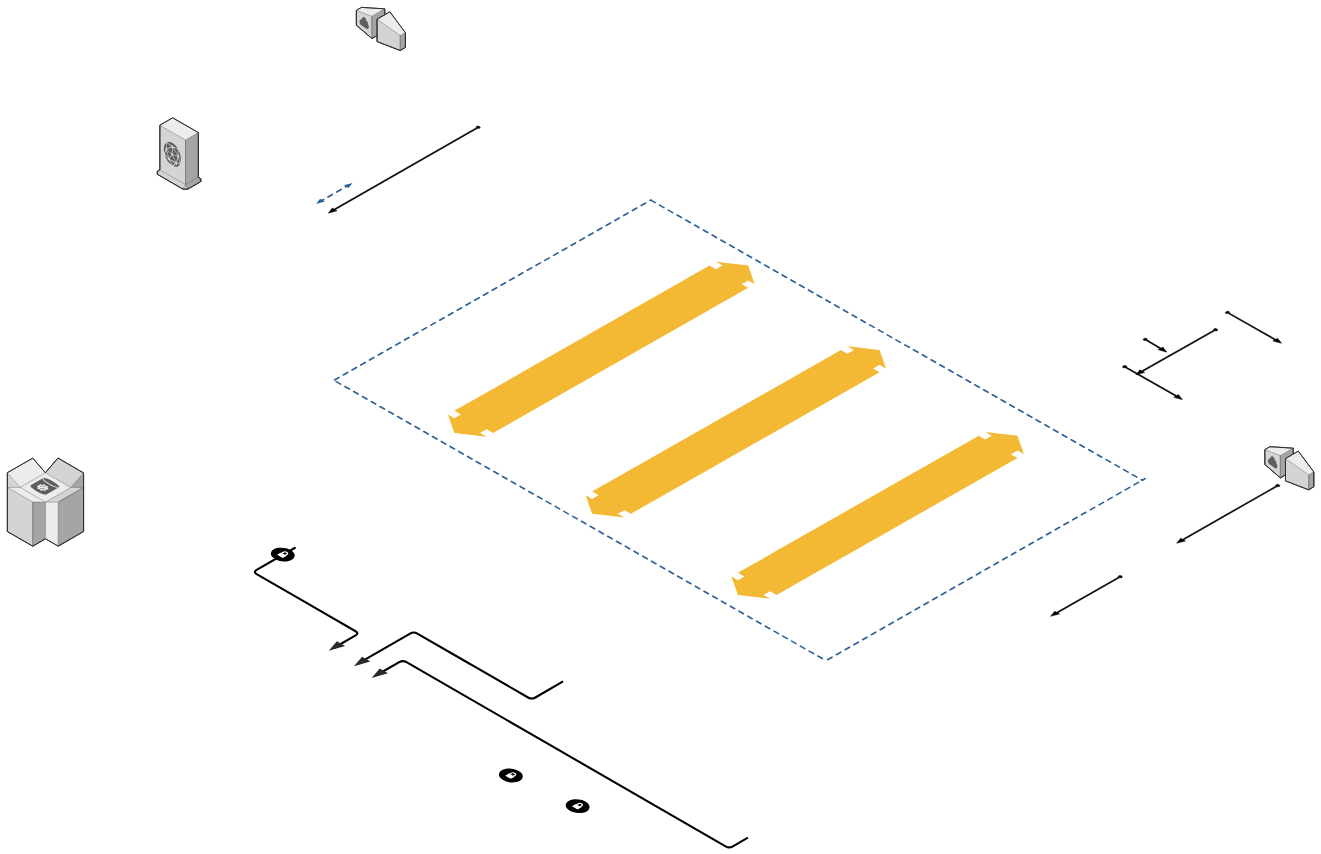
The draw.io diagram Diagram zonder titel.drawio in mhwwas/Terraform, before the edit. Source tidied: cells renumbered, new cells numbered last; positions are measured from the earlier drawing's top-left corner, leaving out a move shared by most shapes. Both pictures are drawn from the tidied source at 42%, with x=0, y=0 at pixel (7, 7). Pictures stored in the file or linked from it are replaced by grey dashed boxes.
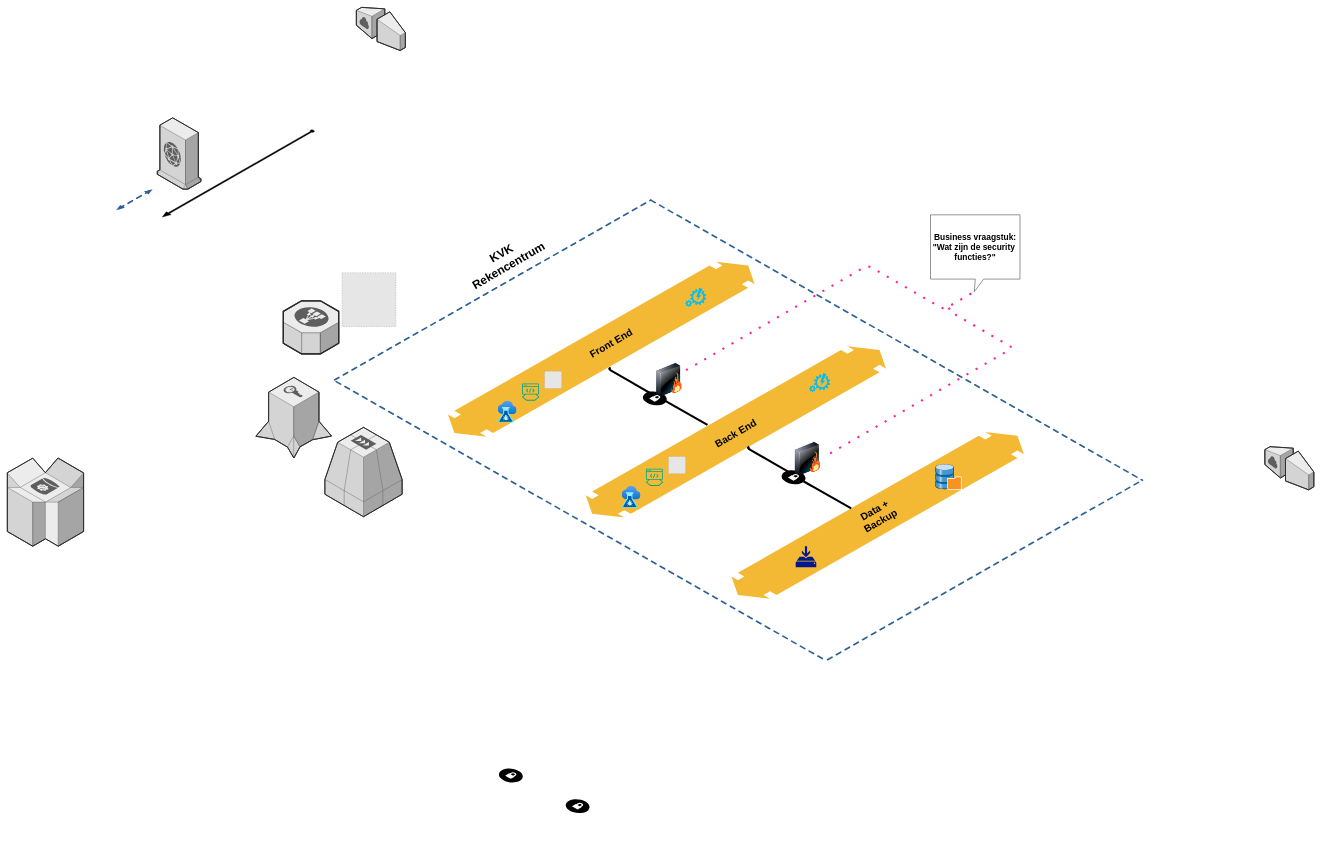
Above is the later version.

What changed in the source:
```diff
@@
-    <mxCell id="2" style="verticalLabelPosition=bottom;html=1;verticalAlign=top;strokeWidth=1;dashed=0;shape=mxgraph.aws3d.flatDoubleEdge;fillColor=#000000;rounded=1;shadow=0;comic=0;fontFamily=Verdana;fontSize=12;flipV=1;" parent="1" vertex="1">
+    <mxCell id="2" style="verticalLabelPosition=bottom;html=1;verticalAlign=top;strokeWidth=1;dashed=0;shape=mxgraph.aws3d.flatDoubleEdge;fillColor=#A62495;rounded=1;shadow=0;comic=0;fontFamily=Verdana;fontSize=12;flipV=1;strokeColor=#9673a6;" parent="1" vertex="1">
       <mxGeometry x="1724" y="1011" width="696.4" height="397.1" as="geometry" />
     </mxCell>
-    <mxCell id="3" style="verticalLabelPosition=bottom;html=1;verticalAlign=top;strokeWidth=1;dashed=0;shape=mxgraph.aws3d.flatDoubleEdge;fillColor=#000000;rounded=1;shadow=0;comic=0;fontFamily=Verdana;fontSize=12;flipV=1;" parent="1" vertex="1">
+    <mxCell id="3" style="verticalLabelPosition=bottom;html=1;verticalAlign=top;strokeWidth=1;dashed=0;shape=mxgraph.aws3d.flatDoubleEdge;fillColor=#d5e8d4;rounded=1;shadow=0;comic=0;fontFamily=Verdana;fontSize=12;flipV=1;strokeColor=#82b366;" parent="1" vertex="1">
       <mxGeometry x="1377" y="807" width="715.1" height="407.8" as="geometry" />
     </mxCell>
-    <mxCell id="4" style="verticalLabelPosition=bottom;html=1;verticalAlign=top;strokeWidth=1;dashed=0;shape=mxgraph.aws3d.flatDoubleEdge;fillColor=#000000;rounded=1;shadow=0;comic=0;fontFamily=Verdana;fontSize=12;flipV=1;" parent="1" vertex="1">
+    <mxCell id="4" style="verticalLabelPosition=bottom;html=1;verticalAlign=top;strokeWidth=1;dashed=0;shape=mxgraph.aws3d.flatDoubleEdge;fillColor=#A62495;rounded=1;shadow=0;comic=0;fontFamily=Verdana;fontSize=12;flipV=1;" parent="1" vertex="1">
       <mxGeometry x="1049" y="606" width="730.3" height="416.5" as="geometry" />
     </mxCell>
-    <mxCell id="5" style="edgeStyle=isometricEdgeStyle;endArrow=none;html=1;labelBackgroundColor=none;strokeWidth=5;fontFamily=Verdana;fontSize=12;" parent="1" edge="1">
+    <mxCell id="5" style="edgeStyle=isometricEdgeStyle;endArrow=none;html=1;labelBackgroundColor=none;strokeWidth=5;fontFamily=Verdana;fontSize=12;" parent="1" edge="1" source="13">
       <mxGeometry relative="1" as="geometry">
-        <mxPoint x="776.2" y="1526" as="sourcePoint" />
-        <mxPoint x="686.2" y="1286" as="targetPoint" />
-        <Array as="points">
-          <mxPoint x="726.2" y="1426" />
-        </Array>
+        <mxPoint x="1436.4" y="858" as="targetPoint" />
       </mxGeometry>
     </mxCell>
@@
-    <mxCell id="7" style="edgeStyle=isometricEdgeStyle;endArrow=none;html=1;labelBackgroundColor=none;strokeColor=#000000;strokeWidth=5;fontFamily=Verdana;fontSize=12;" parent="1" edge="1">
+    <mxCell id="7" style="edgeStyle=isometricEdgeStyle;endArrow=none;html=1;labelBackgroundColor=none;strokeColor=#FF1F9E;strokeWidth=5;fontFamily=Verdana;fontSize=12;dashed=1;dashPattern=1 4;entryX=0;entryY=0;entryDx=104.37;entryDy=183;entryPerimeter=0;" parent="1" edge="1" source="36" target="54">
       <mxGeometry relative="1" as="geometry">
-        <mxPoint x="846.2" y="1556" as="sourcePoint" />
-        <mxPoint x="1323.2" y="1605" as="targetPoint" />
         <Array as="points">
-          <mxPoint x="1106.2" y="1566" />
+          <mxPoint x="2112" y="651" />
         </Array>
       </mxGeometry>
     </mxCell>
@@
-    <mxCell id="11" style="verticalLabelPosition=bottom;html=1;verticalAlign=top;strokeWidth=1;dashed=0;shape=mxgraph.aws3d.arrowhead;rounded=1;shadow=0;comic=0;fillColor=none;fontFamily=Verdana;fontSize=12;fontColor=#000000;flipV=1;" parent="1" vertex="1">
-      <mxGeometry x="765.2" y="1509" width="39" height="23" as="geometry" />
-    </mxCell>
-    <mxCell id="12" style="verticalLabelPosition=bottom;html=1;verticalAlign=top;strokeWidth=1;dashed=0;shape=mxgraph.aws3d.arrowhead;rounded=1;shadow=0;comic=0;fillColor=none;fontFamily=Verdana;fontSize=12;fontColor=#000000;flipV=1;" parent="1" vertex="1">
-      <mxGeometry x="825.2" y="1546" width="39" height="23" as="geometry" />
-    </mxCell>
-    <mxCell id="13" style="verticalLabelPosition=bottom;html=1;verticalAlign=top;strokeWidth=1;dashed=0;shape=mxgraph.aws3d.secureConnection;fillColor=#000000;strokeColor=#ffffff;rounded=1;shadow=0;comic=0;fontSize=12;" parent="1" vertex="1">
-      <mxGeometry x="627.2" y="1286" width="57" height="34" as="geometry" />
-    </mxCell>
     <mxCell id="14" style="verticalLabelPosition=bottom;html=1;verticalAlign=top;strokeWidth=1;dashed=0;shape=mxgraph.aws3d.dashedEdgeDouble;fillColor=#000000;rounded=1;shadow=0;comic=0;fontFamily=Verdana;fontSize=12;flipV=1;" parent="1" vertex="1">
-      <mxGeometry x="735" y="418" width="87" height="50" as="geometry" />
+      <mxGeometry x="259" y="432.8" width="87" height="50" as="geometry" />
     </mxCell>
     <mxCell id="15" style="verticalLabelPosition=bottom;html=1;verticalAlign=top;strokeWidth=1;dashed=0;shape=mxgraph.aws3d.arrowSW;fillColor=#000000;rounded=1;shadow=0;comic=0;fontFamily=Verdana;fontSize=12;" parent="1" vertex="1">
-      <mxGeometry x="764" y="283" width="362" height="207" as="geometry" />
+      <mxGeometry x="369" y="292" width="362" height="207" as="geometry" />
     </mxCell>
-    <mxCell id="16" style="verticalLabelPosition=bottom;html=1;verticalAlign=top;strokeWidth=1;dashed=0;shape=mxgraph.aws3d.arrowSE;fillColor=#000000;rounded=1;shadow=0;comic=0;fontFamily=Verdana;fontSize=12;" parent="1" vertex="1">
-      <mxGeometry x="2704" y="788" width="57" height="33" as="geometry" />
-    </mxCell>
-    <mxCell id="17" style="verticalLabelPosition=bottom;html=1;verticalAlign=top;strokeWidth=1;dashed=0;shape=mxgraph.aws3d.arrowSW;fillColor=#000000;rounded=1;shadow=0;comic=0;fontFamily=Verdana;fontSize=12;" parent="1" vertex="1">
-      <mxGeometry x="2687" y="765" width="195" height="110" as="geometry" />
-    </mxCell>
-    <mxCell id="18" style="verticalLabelPosition=bottom;html=1;verticalAlign=top;strokeWidth=1;dashed=0;shape=mxgraph.aws3d.arrowSE;fillColor=#000000;rounded=1;shadow=0;comic=0;fontFamily=Verdana;fontSize=12;" parent="1" vertex="1">
-      <mxGeometry x="2655" y="853" width="143" height="81" as="geometry" />
-    </mxCell>
-    <mxCell id="19" style="verticalLabelPosition=bottom;html=1;verticalAlign=top;strokeWidth=1;dashed=0;shape=mxgraph.aws3d.arrowSW;fillColor=#000000;rounded=1;shadow=0;comic=0;fontFamily=Verdana;fontSize=12;" parent="1" vertex="1">
-      <mxGeometry x="2484" y="1353" width="171" height="97" as="geometry" />
-    </mxCell>
-    <mxCell id="20" style="verticalLabelPosition=bottom;html=1;verticalAlign=top;strokeWidth=1;dashed=0;shape=mxgraph.aws3d.arrowSE;fillColor=#000000;rounded=1;shadow=0;comic=0;fontFamily=Verdana;fontSize=12;" parent="1" vertex="1">
-      <mxGeometry x="2900" y="724" width="134" height="76" as="geometry" />
-    </mxCell>
-    <mxCell id="21" style="verticalLabelPosition=bottom;html=1;verticalAlign=top;strokeWidth=1;dashed=0;shape=mxgraph.aws3d.arrowSW;fillColor=#000000;rounded=1;shadow=0;comic=0;fontFamily=Verdana;fontSize=12;" parent="1" vertex="1">
-      <mxGeometry x="2784" y="1136" width="246" height="140" as="geometry" />
-    </mxCell>
@@
     <mxCell id="25" style="verticalLabelPosition=bottom;html=1;verticalAlign=top;strokeWidth=1;dashed=0;shape=mxgraph.aws3d.dashedArrowlessEdge;rounded=1;shadow=0;comic=0;fontFamily=Verdana;fontSize=12;flipV=1;" parent="1" vertex="1">
-      <mxGeometry x="1953" y="1122" width="756" height="431.1" as="geometry" />
+      <mxGeometry x="1953" y="1127" width="747.2" height="426.1" as="geometry" />
     </mxCell>
@@
-    <mxCell id="27" style="edgeStyle=isometricEdgeStyle;endArrow=none;html=1;labelBackgroundColor=none;strokeWidth=5;fontFamily=Verdana;fontSize=12;" parent="1" edge="1">
+    <mxCell id="27" style="edgeStyle=isometricEdgeStyle;endArrow=none;html=1;labelBackgroundColor=none;strokeWidth=5;fontFamily=Verdana;fontSize=12;dashed=1;dashPattern=1 4;strokeColor=#FF1F9E;" parent="1" edge="1">
       <mxGeometry relative="1" as="geometry">
-        <mxPoint x="886.2" y="1586" as="sourcePoint" />
-        <mxPoint x="1763.2" y="1977" as="targetPoint" />
+        <mxPoint x="1959" y="1062" as="sourcePoint" />
+        <mxPoint x="2247" y="715" as="targetPoint" />
         <Array as="points">
-          <mxPoint x="1326.2" y="1776" />
+          <mxPoint x="2336" y="777" />
         </Array>
       </mxGeometry>
     </mxCell>
-    <mxCell id="28" style="verticalLabelPosition=bottom;html=1;verticalAlign=top;strokeWidth=1;dashed=0;shape=mxgraph.aws3d.arrowhead;rounded=1;shadow=0;comic=0;fillColor=none;fontFamily=Verdana;fontSize=12;fontColor=#000000;flipV=1;" parent="1" vertex="1">
-      <mxGeometry x="867.2" y="1574" width="39" height="23" as="geometry" />
-    </mxCell>
@@
+    <mxCell id="30" value="&lt;b&gt;&lt;font style=&quot;font-size: 24px;&quot;&gt;Data + Backup&lt;/font&gt;&lt;/b&gt;" style="text;strokeColor=none;align=center;fillColor=none;html=1;verticalAlign=middle;whiteSpace=wrap;rounded=0;rotation=-30;" parent="1" vertex="1">
+      <mxGeometry x="1990.2" y="1194.5" width="164" height="30" as="geometry" />
+    </mxCell>
+    <mxCell id="31" value="&lt;b&gt;&lt;font style=&quot;font-size: 28px;&quot;&gt;KVK Rekencentrum&lt;/font&gt;&lt;/b&gt;" style="text;strokeColor=none;align=center;fillColor=none;html=1;verticalAlign=middle;whiteSpace=wrap;rounded=0;rotation=-30;" parent="1" vertex="1">
+      <mxGeometry x="1103" y="585" width="164" height="30" as="geometry" />
+    </mxCell>
+    <mxCell id="32" value="&lt;b&gt;&lt;font style=&quot;font-size: 24px;&quot;&gt;Back End&lt;/font&gt;&lt;/b&gt;" style="text;strokeColor=none;align=center;fillColor=none;html=1;verticalAlign=middle;whiteSpace=wrap;rounded=0;rotation=-30;" parent="1" vertex="1">
+      <mxGeometry x="1652.5" y="1000" width="164" height="30" as="geometry" />
+    </mxCell>
+    <mxCell id="33" style="verticalLabelPosition=bottom;html=1;verticalAlign=top;strokeWidth=1;align=center;dashed=0;shape=mxgraph.aws3d.securityTokenService;fillColor=#ECECEC;strokeColor=#5E5E5E;" parent="1" vertex="1">
+      <mxGeometry x="592" y="881" width="180" height="192" as="geometry" />
+    </mxCell>
+    <mxCell id="34" style="verticalLabelPosition=bottom;html=1;verticalAlign=top;strokeWidth=1;align=center;dashed=0;shape=mxgraph.aws3d.elasticLoadBalancing;fillColor=#ECECEC;strokeColor=#5E5E5E;" parent="1" vertex="1">
+      <mxGeometry x="657" y="698.8" width="132" height="126.5" as="geometry" />
+    </mxCell>
+    <mxCell id="35" style="edgeStyle=isometricEdgeStyle;endArrow=none;html=1;labelBackgroundColor=none;strokeWidth=5;fontFamily=Verdana;fontSize=12;" parent="1" edge="1" target="13">
+      <mxGeometry relative="1" as="geometry">
+        <mxPoint x="1667" y="994" as="sourcePoint" />
+        <Array as="points">
+          <mxPoint x="1568.2" y="938" />
+        </Array>
+      </mxGeometry>
+    </mxCell>
+    <mxCell id="13" style="verticalLabelPosition=bottom;html=1;verticalAlign=top;strokeWidth=1;dashed=0;shape=mxgraph.aws3d.secureConnection;fillColor=#000000;strokeColor=#ffffff;rounded=1;shadow=0;comic=0;fontSize=12;" parent="1" vertex="1">
+      <mxGeometry x="1513" y="914" width="57" height="34" as="geometry" />
+    </mxCell>
+    <mxCell id="36" style="image;html=1;image=img/lib/clip_art/networking/Firewall_128x128.png;rotation=0;" parent="1" vertex="1">
+      <mxGeometry x="1536" y="847" width="80" height="80" as="geometry" />
+    </mxCell>
+    <mxCell id="37" style="edgeStyle=isometricEdgeStyle;endArrow=none;html=1;labelBackgroundColor=none;strokeWidth=5;fontFamily=Verdana;fontSize=12;" parent="1" edge="1" source="38">
+      <mxGeometry relative="1" as="geometry">
+        <mxPoint x="1766.7" y="1046" as="targetPoint" />
+      </mxGeometry>
+    </mxCell>
+    <mxCell id="38" style="verticalLabelPosition=bottom;html=1;verticalAlign=top;strokeWidth=1;dashed=0;shape=mxgraph.aws3d.secureConnection;fillColor=#000000;strokeColor=#ffffff;rounded=1;shadow=0;comic=0;fontSize=12;" parent="1" vertex="1">
+      <mxGeometry x="1843.3" y="1102" width="57" height="34" as="geometry" />
+    </mxCell>
+    <mxCell id="39" style="image;html=1;image=img/lib/clip_art/networking/Firewall_128x128.png;rotation=0;" parent="1" vertex="1">
+      <mxGeometry x="1866.3" y="1035" width="80" height="80" as="geometry" />
+    </mxCell>
+    <mxCell id="40" style="edgeStyle=isometricEdgeStyle;endArrow=none;html=1;labelBackgroundColor=none;strokeWidth=5;fontFamily=Verdana;fontSize=12;" parent="1" edge="1">
+      <mxGeometry relative="1" as="geometry">
+        <mxPoint x="2009.2" y="1192.9" as="sourcePoint" />
+        <mxPoint x="1898" y="1122" as="targetPoint" />
+        <Array as="points">
+          <mxPoint x="1910.4" y="1136.9" />
+        </Array>
+      </mxGeometry>
+    </mxCell>
+    <mxCell id="41" style="fillColor=#E6E6E6;strokeColor=#999999;dashed=1;html=1;verticalAlign=top;verticalLabelPosition=bottom;labelBackgroundColor=#ffffff;" parent="1" vertex="1">
+      <mxGeometry x="797" y="632" width="128" height="128" as="geometry" />
+    </mxCell>
+    <mxCell id="42" style="image;html=1;align=center;fontSize=12;image=img/lib/azure2/devops/CloudTest.svg;" parent="1" vertex="1">
+      <mxGeometry x="1168" y="937" width="45" height="52" as="geometry" />
+    </mxCell>
+    <mxCell id="43" style="verticalLabelPosition=bottom;html=1;verticalAlign=top;align=center;strokeColor=none;fillColor=#00BEF2;shape=mxgraph.azure.automation;" parent="1" vertex="1">
+      <mxGeometry x="1614" y="668" width="50" height="45" as="geometry" />
+    </mxCell>
+    <mxCell id="44" style="fillColor=#E6E6E6;strokeColor=#999999;dashed=1;html=1;verticalAlign=top;verticalLabelPosition=bottom;labelBackgroundColor=#ffffff;" parent="1" vertex="1">
+      <mxGeometry x="1279" y="866.5" width="40.9" height="40.9" as="geometry" />
+    </mxCell>
+    <mxCell id="45" style="sketch=0;fontColor=#232F3E;gradientColor=none;fillColor=#01A88D;strokeColor=none;dashed=0;verticalLabelPosition=bottom;verticalAlign=top;align=center;html=1;fontSize=12;fontStyle=0;shape=mxgraph.aws4.mainframe_modernization_developer;" parent="1" vertex="1">
+      <mxGeometry x="1225" y="895" width="42" height="42" as="geometry" />
+    </mxCell>
+    <mxCell id="46" style="sketch=0;shadow=0;dashed=0;html=1;strokeColor=none;labelPosition=center;verticalLabelPosition=bottom;verticalAlign=top;align=center;fillColor=#00188D;shape=mxgraph.mscae.enterprise.backup_local;" parent="1" vertex="1">
+      <mxGeometry x="1877" y="1283" width="49" height="50" as="geometry" />
+    </mxCell>
+    <mxCell id="47" style="shadow=0;dashed=0;html=1;labelPosition=center;verticalLabelPosition=bottom;verticalAlign=top;align=center;shape=mxgraph.veeam.3d.backup_repository;" parent="1" vertex="1">
+      <mxGeometry x="2210" y="1087" width="62" height="62" as="geometry" />
+    </mxCell>
+    <mxCell id="48" style="image;html=1;align=center;fontSize=12;image=img/lib/azure2/devops/CloudTest.svg;" parent="1" vertex="1">
+      <mxGeometry x="1463" y="1140" width="45" height="52" as="geometry" />
+    </mxCell>
+    <mxCell id="49" style="sketch=0;fontColor=#232F3E;gradientColor=none;fillColor=#01A88D;strokeColor=none;dashed=0;verticalLabelPosition=bottom;verticalAlign=top;align=center;html=1;fontSize=12;fontStyle=0;shape=mxgraph.aws4.mainframe_modernization_developer;" parent="1" vertex="1">
+      <mxGeometry x="1520" y="1098" width="42" height="42" as="geometry" />
+    </mxCell>
+    <mxCell id="50" style="fillColor=#E6E6E6;strokeColor=#999999;dashed=1;html=1;verticalAlign=top;verticalLabelPosition=bottom;labelBackgroundColor=#ffffff;" parent="1" vertex="1">
+      <mxGeometry x="1574" y="1069.5" width="40.9" height="40.9" as="geometry" />
+    </mxCell>
+    <mxCell id="51" style="verticalLabelPosition=bottom;html=1;verticalAlign=top;align=center;strokeColor=none;fillColor=#00BEF2;shape=mxgraph.azure.automation;" parent="1" vertex="1">
+      <mxGeometry x="1909" y="871" width="50" height="45" as="geometry" />
+    </mxCell>
+    <mxCell id="52" value="&lt;b&gt;&lt;font style=&quot;font-size: 24px;&quot;&gt;Front End&lt;/font&gt;&lt;/b&gt;" style="text;strokeColor=none;align=center;fillColor=none;html=1;verticalAlign=middle;whiteSpace=wrap;rounded=0;rotation=-30;" parent="1" vertex="1">
+      <mxGeometry x="1356" y="785" width="164" height="30" as="geometry" />
+    </mxCell>
+    <mxCell id="53" style="verticalLabelPosition=bottom;html=1;verticalAlign=top;strokeWidth=1;align=center;dashed=0;shape=mxgraph.aws3d.sqs;fillColor=#ECECEC;strokeColor=#5E5E5E;" parent="1" vertex="1">
+      <mxGeometry x="756" y="1000" width="184" height="212.8" as="geometry" />
+    </mxCell>
+    <mxCell id="54" value="&lt;font style=&quot;font-size: 20px;&quot;&gt;&lt;b&gt;Business vraagstuk:&lt;br&gt;&quot;Wat zijn de security&amp;nbsp; functies?&quot;&lt;/b&gt;&lt;br&gt;&lt;/font&gt;" style="shape=callout;whiteSpace=wrap;html=1;perimeter=calloutPerimeter;position2=0.49;" parent="1" vertex="1">
+      <mxGeometry x="2198" y="494" width="213" height="183" as="geometry" />
+    </mxCell>
```
